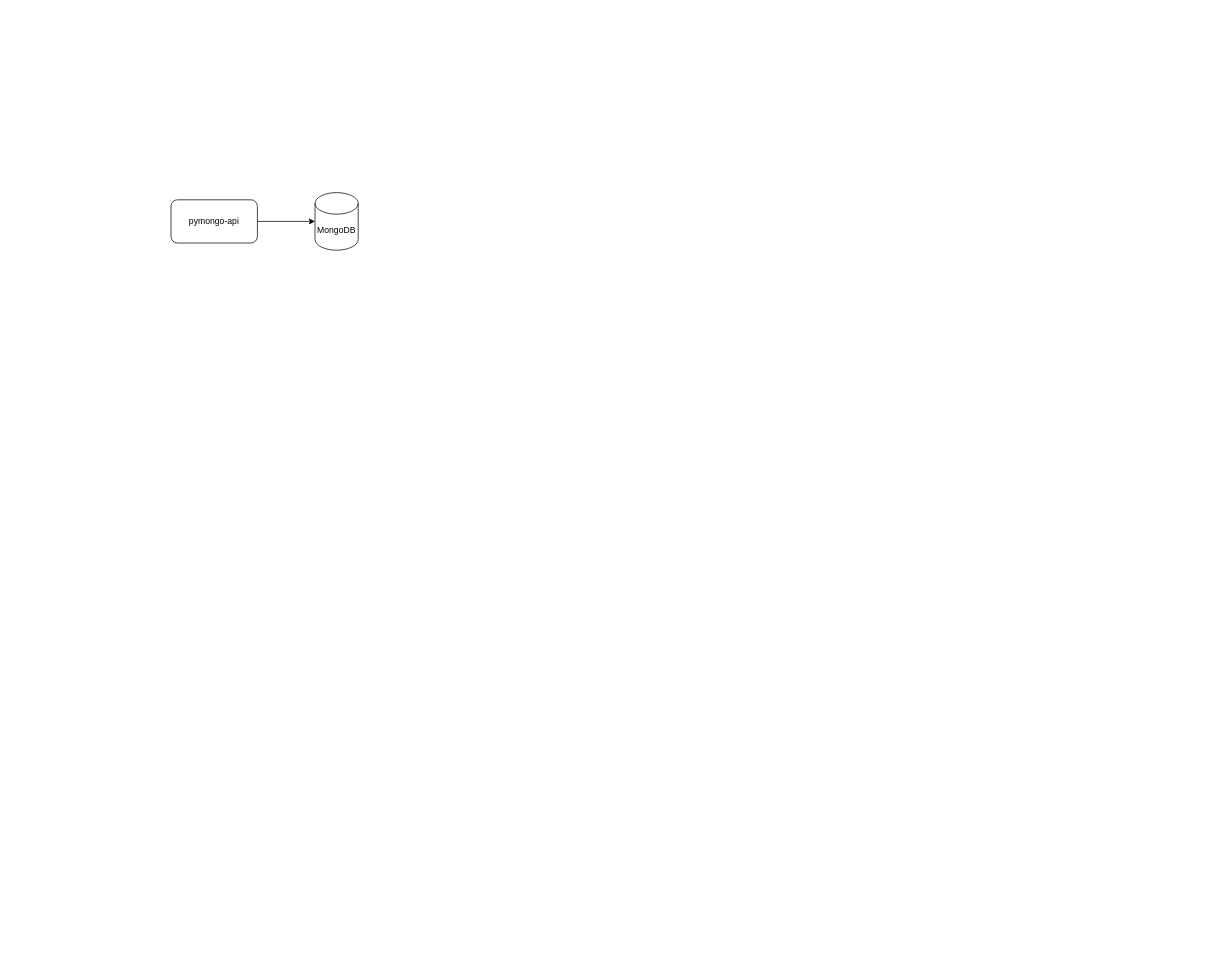
Earlier version of the draw.io diagram page "Shards" (1 of 5) of task1.drawio (n1654/architecture-sprint-2). Source tidied: cells renumbered, new cells numbered last; positions are measured from the earlier drawing's top-left corner, leaving out a move shared by most shapes. Both pictures are drawn from the tidied source at 72%, with x=0, y=0 at pixel (171, 192).
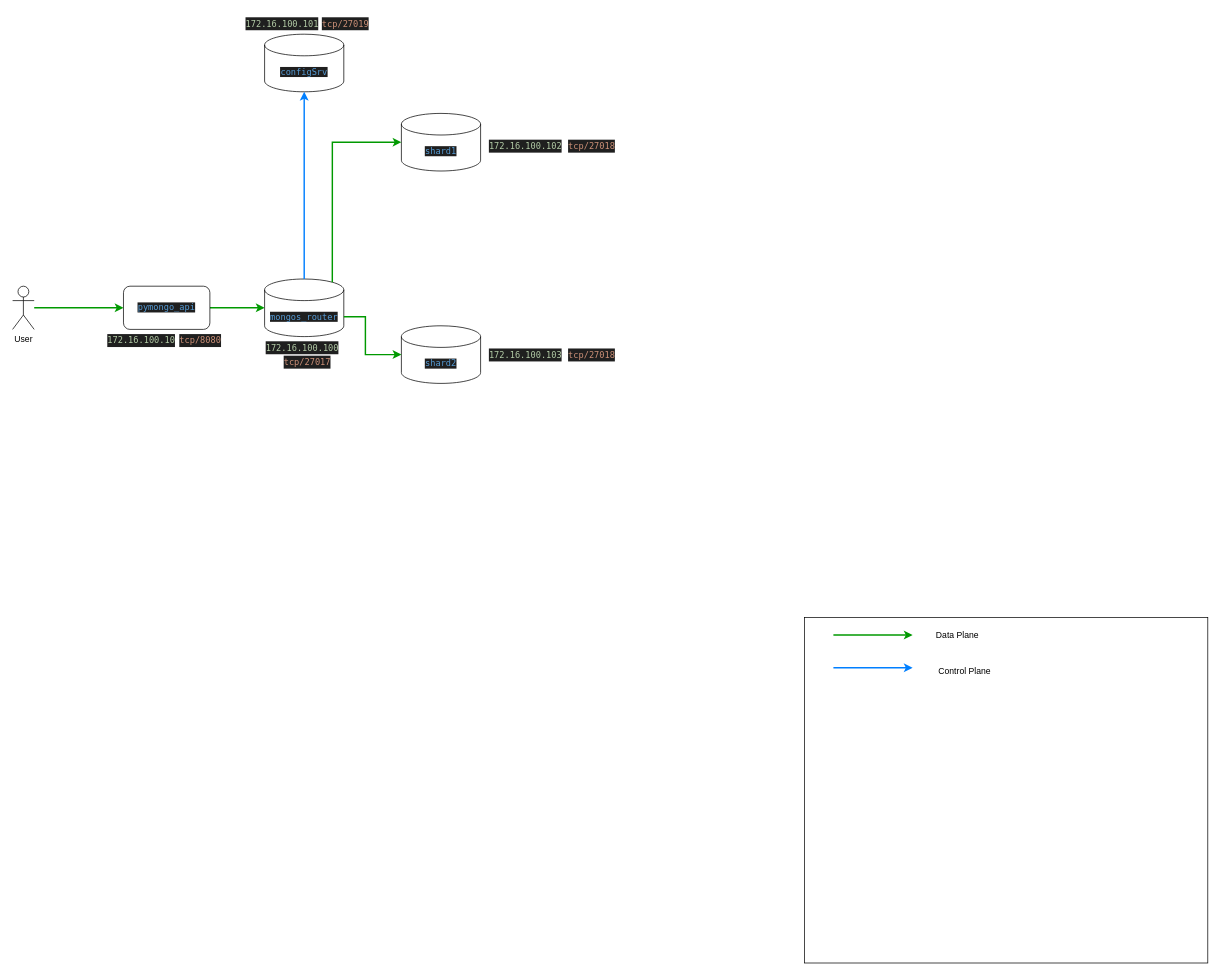
The same page after the edit.

Commit message:
ht2: загрузил рабочую схему

The edit, as a diff of the source:
```diff
@@
-    <mxCell id="2" value="MongoDB" style="shape=cylinder3;whiteSpace=wrap;html=1;boundedLbl=1;backgroundOutline=1;size=15;" parent="1" vertex="1">
-      <mxGeometry x="200" width="60" height="80" as="geometry" />
-    </mxCell>
-    <mxCell id="3" value="pymongo-api" style="rounded=1;whiteSpace=wrap;html=1;" parent="1" vertex="1">
-      <mxGeometry y="10" width="120" height="60" as="geometry" />
-    </mxCell>
-    <mxCell id="4" style="edgeStyle=orthogonalEdgeStyle;rounded=0;jettySize=auto;html=1;exitX=1;exitY=0.5;exitDx=0;exitDy=0;entryX=0;entryY=0.5;entryDx=0;entryDy=0;entryPerimeter=0;" parent="1" edge="1" source="3" target="2">
-      <mxGeometry relative="1" as="geometry" />
-    </mxCell>
+    <mxCell id="5" value="&lt;div style=&quot;color: #cccccc;background-color: #1f1f1f;font-family: Menlo, Monaco, 'Courier New', monospace;font-weight: normal;font-size: 12px;line-height: 18px;white-space: pre;&quot;&gt;&lt;div&gt;&lt;span style=&quot;color: #b5cea8;&quot;&gt;172.16.100.100&lt;/span&gt;&lt;/div&gt;&lt;/div&gt;" style="text;whiteSpace=wrap;html=1;" parent="1" vertex="1">
+      <mxGeometry x="130" y="200" width="130" height="40" as="geometry" />
+    </mxCell>
+    <mxCell id="6" value="&lt;div style=&quot;color: rgb(204, 204, 204); background-color: rgb(31, 31, 31); font-family: Menlo, Monaco, &amp;quot;Courier New&amp;quot;, monospace; font-weight: normal; font-size: 12px; line-height: 18px; white-space: pre;&quot;&gt;&lt;div&gt;&lt;span style=&quot;color: rgb(206, 145, 120);&quot;&gt;tcp/27017&lt;/span&gt;&lt;/div&gt;&lt;/div&gt;" style="text;whiteSpace=wrap;html=1;" parent="1" vertex="1">
+      <mxGeometry x="155" y="220" width="60" height="40" as="geometry" />
+    </mxCell>
+    <mxCell id="7" value="&lt;div style=&quot;color: #cccccc;background-color: #1f1f1f;font-family: Menlo, Monaco, 'Courier New', monospace;font-weight: normal;font-size: 12px;line-height: 18px;white-space: pre;&quot;&gt;&lt;div&gt;&lt;span style=&quot;color: #b5cea8;&quot;&gt;172.16.100.101&lt;/span&gt;&lt;/div&gt;&lt;/div&gt;" style="text;whiteSpace=wrap;html=1;" parent="1" vertex="1">
+      <mxGeometry x="102" y="-250" width="130" height="40" as="geometry" />
+    </mxCell>
+    <mxCell id="8" value="&lt;div style=&quot;color: rgb(204, 204, 204); background-color: rgb(31, 31, 31); font-family: Menlo, Monaco, &amp;quot;Courier New&amp;quot;, monospace; font-weight: normal; font-size: 12px; line-height: 18px; white-space: pre;&quot;&gt;&lt;div&gt;&lt;span style=&quot;color: rgb(206, 145, 120);&quot;&gt;tcp/27019&lt;/span&gt;&lt;/div&gt;&lt;/div&gt;" style="text;whiteSpace=wrap;html=1;" parent="1" vertex="1">
+      <mxGeometry x="208" y="-250" width="60" height="40" as="geometry" />
+    </mxCell>
+    <mxCell id="9" value="&lt;span style=&quot;color: rgb(86, 156, 214); font-family: Menlo, Monaco, &amp;quot;Courier New&amp;quot;, monospace; text-align: left; white-space: pre; background-color: rgb(31, 31, 31);&quot;&gt;mongos_router&lt;/span&gt;" style="shape=cylinder3;whiteSpace=wrap;html=1;boundedLbl=1;backgroundOutline=1;size=15;" parent="1" vertex="1">
+      <mxGeometry x="130" y="120" width="110" height="80" as="geometry" />
+    </mxCell>
+    <mxCell id="10" value="&lt;span style=&quot;color: rgb(86, 156, 214); font-family: Menlo, Monaco, &amp;quot;Courier New&amp;quot;, monospace; text-align: left; white-space: pre; background-color: rgb(31, 31, 31);&quot;&gt;shard1&lt;/span&gt;" style="shape=cylinder3;whiteSpace=wrap;html=1;boundedLbl=1;backgroundOutline=1;size=15;" parent="1" vertex="1">
+      <mxGeometry x="320" y="-110" width="110" height="80" as="geometry" />
+    </mxCell>
+    <mxCell id="11" value="&lt;span style=&quot;color: rgb(86, 156, 214); font-family: Menlo, Monaco, &amp;quot;Courier New&amp;quot;, monospace; text-align: left; white-space: pre; background-color: rgb(31, 31, 31);&quot;&gt;configSrv&lt;/span&gt;" style="shape=cylinder3;whiteSpace=wrap;html=1;boundedLbl=1;backgroundOutline=1;size=15;" parent="1" vertex="1">
+      <mxGeometry x="130" y="-220" width="110" height="80" as="geometry" />
+    </mxCell>
+    <mxCell id="12" style="edgeStyle=orthogonalEdgeStyle;rounded=0;jettySize=auto;html=1;exitX=0.5;exitY=1;exitDx=0;exitDy=0;exitPerimeter=0;entryX=0.5;entryY=0;entryDx=0;entryDy=0;entryPerimeter=0;strokeColor=#007FFF;startArrow=classic;startFill=1;endArrow=none;endFill=0;strokeWidth=2;fillColor=#f0a30a;" parent="1" edge="1" source="11" target="9">
+      <mxGeometry relative="1" as="geometry" />
+    </mxCell>
+    <mxCell id="13" style="edgeStyle=orthogonalEdgeStyle;rounded=0;jettySize=auto;html=1;strokeWidth=2;strokeColor=#009900;" parent="1" edge="1" source="14" target="9">
+      <mxGeometry relative="1" as="geometry" />
+    </mxCell>
+    <mxCell id="14" value="&lt;span style=&quot;color: rgb(86, 156, 214); font-family: Menlo, Monaco, &amp;quot;Courier New&amp;quot;, monospace; text-align: left; white-space: pre; background-color: rgb(31, 31, 31);&quot;&gt;pymongo_api&lt;/span&gt;" style="rounded=1;whiteSpace=wrap;html=1;" parent="1" vertex="1">
+      <mxGeometry x="-66" y="130" width="120" height="60" as="geometry" />
+    </mxCell>
+    <mxCell id="15" value="&lt;span style=&quot;color: rgb(86, 156, 214); font-family: Menlo, Monaco, &amp;quot;Courier New&amp;quot;, monospace; text-align: left; white-space: pre; background-color: rgb(31, 31, 31);&quot;&gt;shard2&lt;/span&gt;" style="shape=cylinder3;whiteSpace=wrap;html=1;boundedLbl=1;backgroundOutline=1;size=15;" parent="1" vertex="1">
+      <mxGeometry x="320" y="185" width="110" height="80" as="geometry" />
+    </mxCell>
+    <mxCell id="16" style="edgeStyle=orthogonalEdgeStyle;rounded=0;jettySize=auto;html=1;exitX=0.855;exitY=0;exitDx=0;exitDy=4.35;exitPerimeter=0;entryX=0;entryY=0.5;entryDx=0;entryDy=0;entryPerimeter=0;strokeColor=#009900;strokeWidth=2;" parent="1" edge="1" source="9" target="10">
+      <mxGeometry relative="1" as="geometry">
+        <Array as="points">
+          <mxPoint x="224" y="-70" />
+        </Array>
+      </mxGeometry>
+    </mxCell>
+    <mxCell id="17" style="edgeStyle=orthogonalEdgeStyle;rounded=0;jettySize=auto;html=1;entryX=0;entryY=0.5;entryDx=0;entryDy=0;entryPerimeter=0;strokeColor=#009900;strokeWidth=2;exitX=1;exitY=0;exitDx=0;exitDy=52.5;exitPerimeter=0;" parent="1" edge="1" source="9" target="15">
+      <mxGeometry relative="1" as="geometry">
+        <Array as="points">
+          <mxPoint x="270" y="173" />
+          <mxPoint x="270" y="225" />
+        </Array>
+      </mxGeometry>
+    </mxCell>
+    <mxCell id="18" style="edgeStyle=orthogonalEdgeStyle;rounded=0;jettySize=auto;html=1;strokeColor=#009900;strokeWidth=2;" parent="1" edge="1" source="19" target="14">
+      <mxGeometry relative="1" as="geometry" />
+    </mxCell>
+    <mxCell id="19" value="User" style="shape=umlActor;verticalLabelPosition=bottom;verticalAlign=top;html=1;outlineConnect=0;" parent="1" vertex="1">
+      <mxGeometry x="-220" y="130" width="30" height="60" as="geometry" />
+    </mxCell>
+    <mxCell id="20" value="&lt;div style=&quot;color: #cccccc;background-color: #1f1f1f;font-family: Menlo, Monaco, 'Courier New', monospace;font-weight: normal;font-size: 12px;line-height: 18px;white-space: pre;&quot;&gt;&lt;div&gt;&lt;span style=&quot;color: #b5cea8;&quot;&gt;172.16.100.10&lt;/span&gt;&lt;/div&gt;&lt;/div&gt;" style="text;whiteSpace=wrap;html=1;" parent="1" vertex="1">
+      <mxGeometry x="-90" y="190" width="130" height="40" as="geometry" />
+    </mxCell>
+    <mxCell id="21" value="&lt;div style=&quot;color: #cccccc;background-color: #1f1f1f;font-family: Menlo, Monaco, 'Courier New', monospace;font-weight: normal;font-size: 12px;line-height: 18px;white-space: pre;&quot;&gt;&lt;div&gt;&lt;span style=&quot;color: #ce9178;&quot;&gt;tcp/8080&lt;/span&gt;&lt;/div&gt;&lt;/div&gt;" style="text;whiteSpace=wrap;html=1;" parent="1" vertex="1">
+      <mxGeometry x="10" y="190" width="60" height="40" as="geometry" />
+    </mxCell>
+    <mxCell id="22" value="&lt;div style=&quot;color: #cccccc;background-color: #1f1f1f;font-family: Menlo, Monaco, 'Courier New', monospace;font-weight: normal;font-size: 12px;line-height: 18px;white-space: pre;&quot;&gt;&lt;div&gt;&lt;span style=&quot;color: #b5cea8;&quot;&gt;172.16.100.102&lt;/span&gt;&lt;/div&gt;&lt;/div&gt;" style="text;whiteSpace=wrap;html=1;" parent="1" vertex="1">
+      <mxGeometry x="440" y="-80" width="130" height="40" as="geometry" />
+    </mxCell>
+    <mxCell id="23" value="&lt;div style=&quot;color: rgb(204, 204, 204); background-color: rgb(31, 31, 31); font-family: Menlo, Monaco, &amp;quot;Courier New&amp;quot;, monospace; font-weight: normal; font-size: 12px; line-height: 18px; white-space: pre;&quot;&gt;&lt;div&gt;&lt;span style=&quot;color: rgb(206, 145, 120);&quot;&gt;tcp/27018&lt;/span&gt;&lt;/div&gt;&lt;/div&gt;" style="text;whiteSpace=wrap;html=1;" parent="1" vertex="1">
+      <mxGeometry x="550" y="-80" width="60" height="40" as="geometry" />
+    </mxCell>
+    <mxCell id="24" value="&lt;div style=&quot;color: rgb(204, 204, 204); background-color: rgb(31, 31, 31); font-family: Menlo, Monaco, &amp;quot;Courier New&amp;quot;, monospace; font-weight: normal; font-size: 12px; line-height: 18px; white-space: pre;&quot;&gt;&lt;div&gt;&lt;span style=&quot;color: rgb(181, 206, 168);&quot;&gt;172.16.100.103&lt;/span&gt;&lt;/div&gt;&lt;/div&gt;" style="text;whiteSpace=wrap;html=1;" parent="1" vertex="1">
+      <mxGeometry x="440" y="210" width="130" height="40" as="geometry" />
+    </mxCell>
+    <mxCell id="25" value="&lt;div style=&quot;color: rgb(204, 204, 204); background-color: rgb(31, 31, 31); font-family: Menlo, Monaco, &amp;quot;Courier New&amp;quot;, monospace; font-weight: normal; font-size: 12px; line-height: 18px; white-space: pre;&quot;&gt;&lt;div&gt;&lt;span style=&quot;color: rgb(206, 145, 120);&quot;&gt;tcp/27018&lt;/span&gt;&lt;/div&gt;&lt;/div&gt;" style="text;whiteSpace=wrap;html=1;" parent="1" vertex="1">
+      <mxGeometry x="550" y="210" width="60" height="40" as="geometry" />
+    </mxCell>
+    <mxCell id="26" style="rounded=0;whiteSpace=wrap;html=1;" parent="1" vertex="1">
+      <mxGeometry x="880" y="590" width="560" height="480" as="geometry" />
+    </mxCell>
+    <mxCell id="27" style="edgeStyle=orthogonalEdgeStyle;rounded=0;orthogonalLoop=1;jettySize=auto;html=1;exitX=1;exitY=0.5;exitDx=0;exitDy=0;strokeColor=#009900;strokeWidth=2;" parent="1" edge="1">
+      <mxGeometry relative="1" as="geometry">
+        <mxPoint x="920" y="614.5" as="sourcePoint" />
+        <mxPoint x="1030" y="614.5" as="targetPoint" />
+      </mxGeometry>
+    </mxCell>
+    <mxCell id="28" style="edgeStyle=orthogonalEdgeStyle;rounded=0;orthogonalLoop=1;jettySize=auto;html=1;exitX=1;exitY=0.5;exitDx=0;exitDy=0;strokeColor=#007FFF;strokeWidth=2;" parent="1" edge="1">
+      <mxGeometry relative="1" as="geometry">
+        <mxPoint x="920" y="660" as="sourcePoint" />
+        <mxPoint x="1030" y="660" as="targetPoint" />
+      </mxGeometry>
+    </mxCell>
+    <mxCell id="29" value="Data Plane" style="text;html=1;align=center;verticalAlign=middle;whiteSpace=wrap;rounded=0;" parent="1" vertex="1">
+      <mxGeometry x="1040" y="600" width="105" height="30" as="geometry" />
+    </mxCell>
+    <mxCell id="30" value="Control Plane" style="text;html=1;align=center;verticalAlign=middle;whiteSpace=wrap;rounded=0;" parent="1" vertex="1">
+      <mxGeometry x="1050" y="650" width="105" height="30" as="geometry" />
+    </mxCell>
```
